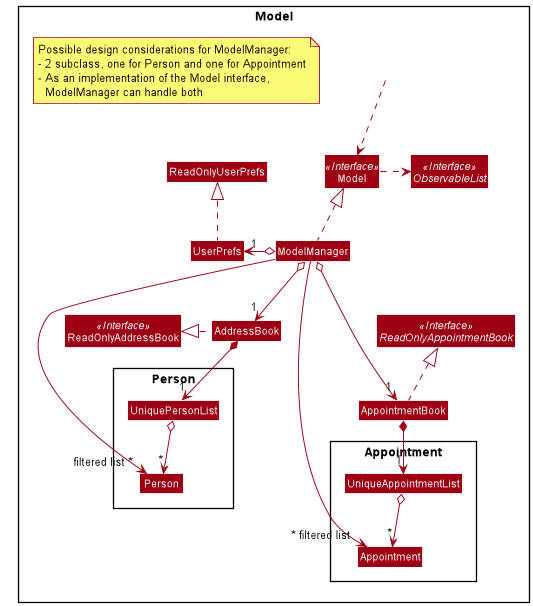
The PlantUML diagram docs/images/AppointmentWithModelClassDiagram.png in nus-cs2103-AY2021S2/tp, before a commit. Source of this version:
```plantuml
@startuml
!include style.puml
skinparam arrowThickness 1.1
skinparam arrowColor MODEL_COLOR
skinparam classBackgroundColor MODEL_COLOR

Package Model <<Rectangle>>{
Interface ReadOnlyAddressBook <<Interface>>
Interface Model <<Interface>>
Interface ObservableList <<Interface>>
Class AddressBook
Class ReadOnlyAddressBook
Class Model
Class ModelManager
Class UserPrefs
Class ReadOnlyUserPrefs

Package Person {
Class Person
Class UniquePersonList
}

Class HiddenOutside #FFFFFF
HiddenOutside ..> Model

AddressBook .up|> ReadOnlyAddressBook

ModelManager .up.|> Model
Model .right.> ObservableList
ModelManager o--> "1" AddressBook
ModelManager o-left-> "1" UserPrefs
UserPrefs .up.|> ReadOnlyUserPrefs

AddressBook *--> "1" UniquePersonList
UniquePersonList o--> "*" Person

ModelManager ->"filtered list ~*" Person

Class AppointmentBook
Interface ReadOnlyAppointmentBook <<Interface>>

AppointmentBook .up.|> ReadOnlyAppointmentBook
ModelManager o---> "1" AppointmentBook

Package Appointment {
Class Appointment
Class UniqueAppointmentList
}

AppointmentBook *--> "1" UniqueAppointmentList
UniqueAppointmentList o--> "*" Appointment

ModelManager ->"~* filtered list" Appointment
note "Possible design considerations for ModelManager:\n- 2 subclass, one for Person and one for Appointment\n- As an implementation of the Model interface,\n  ModelManager can handle both" as N1

@enduml
```
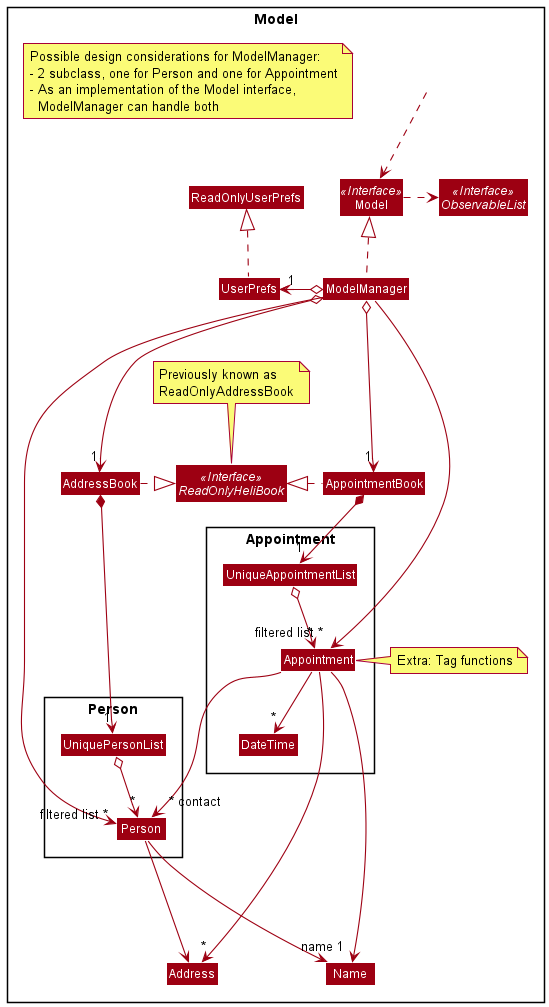
The same diagram one commit later.

Commit message:
Add and edit Class diagrams for appointment

Change to the diagram source:
```diff
@@ -5,11 +5,11 @@
 skinparam classBackgroundColor MODEL_COLOR
 
 Package Model <<Rectangle>>{
-Interface ReadOnlyAddressBook <<Interface>>
+Interface ReadOnlyHeliBook <<Interface>>
 Interface Model <<Interface>>
 Interface ObservableList <<Interface>>
 Class AddressBook
-Class ReadOnlyAddressBook
+Class AppointmentBook
 Class Model
 Class ModelManager
 Class UserPrefs
@@ -20,10 +20,17 @@
 Class UniquePersonList
 }
 
+Class Address
+Class Name
+
+note "Previously known as\nReadOnlyAddressBook" as N1
+ReadOnlyHeliBook .up. N1
+
 Class HiddenOutside #FFFFFF
 HiddenOutside ..> Model
 
-AddressBook .up|> ReadOnlyAddressBook
+AddressBook .right|> ReadOnlyHeliBook
+AppointmentBook .left|> ReadOnlyHeliBook
 
 ModelManager .up.|> Model
 Model .right.> ObservableList
@@ -34,23 +41,31 @@
 AddressBook *--> "1" UniquePersonList
 UniquePersonList o--> "*" Person
 
-ModelManager ->"filtered list ~*" Person
+Person ---> Name
+Person ---> Address
 
-Class AppointmentBook
-Interface ReadOnlyAppointmentBook <<Interface>>
+ModelManager --->"filtered list ~*" Person
 
-AppointmentBook .up.|> ReadOnlyAppointmentBook
 ModelManager o---> "1" AppointmentBook
 
 Package Appointment {
 Class Appointment
 Class UniqueAppointmentList
+Class DateTime
 }
 
 AppointmentBook *--> "1" UniqueAppointmentList
 UniqueAppointmentList o--> "*" Appointment
 
-ModelManager ->"~* filtered list" Appointment
-note "Possible design considerations for ModelManager:\n- 2 subclass, one for Person and one for Appointment\n- As an implementation of the Model interface,\n  ModelManager can handle both" as N1
+Appointment ---> "name 1" Name
+Appointment --> "*" Address
+Appointment --> "*" DateTime
 
+ModelManager -->"filtered list *" Appointment
+note "Possible design considerations for ModelManager:\n- 2 subclass, one for Person and one for Appointment\n- As an implementation of the Model interface,\n  ModelManager can handle both" as N2
+
+note "Extra: Tag functions" as N3
+N3 .left. Appointment
+
+Appointment ---> "~* contact" Person
 @enduml
```
